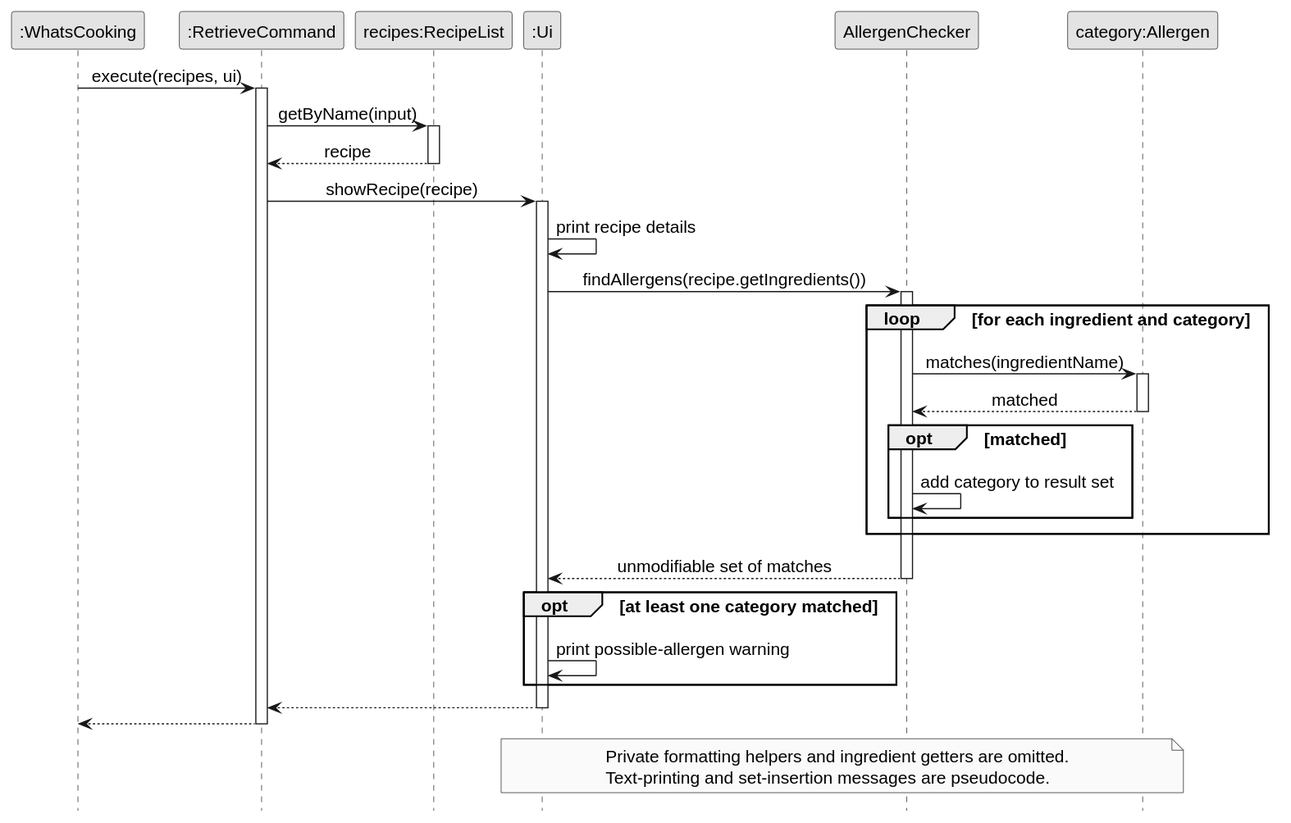
Before: docs/diagrams/allergen-retrieve.svg, a diagram exported from PlantUML (AY2627S1-CS2113-W14-3/tp). The source it was exported from:
```plantuml
@startuml
skinparam monochrome true
skinparam shadowing false
skinparam defaultFontName SansSerif
skinparam defaultFontSize 15
skinparam sequenceMessageAlign center
hide footbox

participant ":WhatsCooking" as App
participant ":RetrieveCommand" as Command
participant "recipes:RecipeList" as Recipes
participant ":Ui" as UI
participant "AllergenChecker" as Checker
participant "category:Allergen" as Category

App -> Command : execute(recipes, ui)
activate Command
Command -> Recipes : getByName(input)
activate Recipes
Recipes --> Command : recipe
deactivate Recipes
Command -> UI : showRecipe(recipe)
activate UI
UI -> UI : print recipe details
UI -> Checker : findAllergens(recipe.getIngredients())
activate Checker
loop for each ingredient and category
  Checker -> Category : matches(ingredientName)
  activate Category
  Category --> Checker : matched
  deactivate Category
  opt matched
    Checker -> Checker : add category to result set
  end
end
Checker --> UI : unmodifiable set of matches
deactivate Checker
opt at least one category matched
  UI -> UI : print possible-allergen warning
end
UI --> Command
deactivate UI
Command --> App
deactivate Command

note over UI, Category
  Private formatting helpers and ingredient getters are omitted.
  Text-printing and set-insertion messages are pseudocode.
end note
@enduml
```
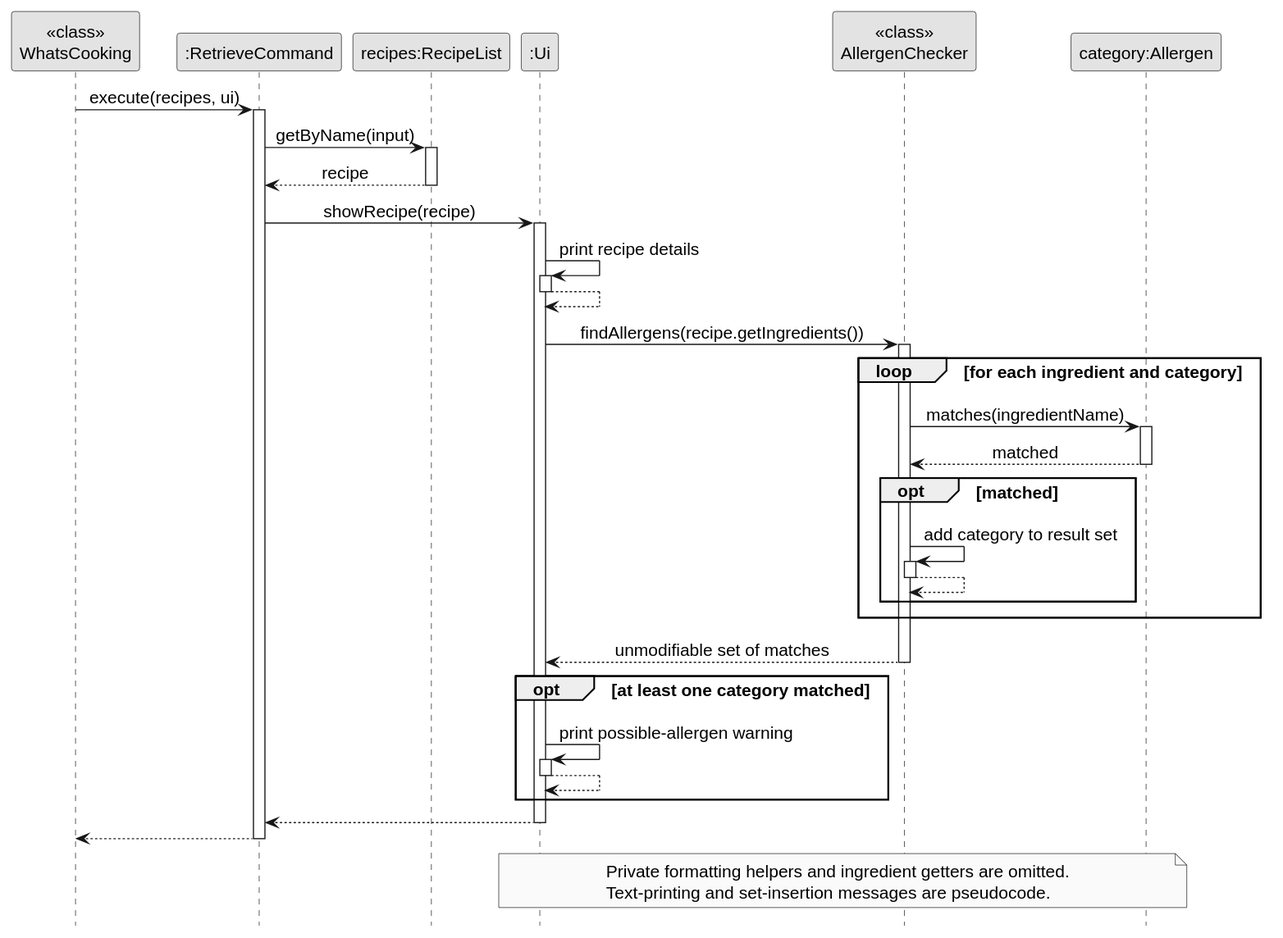
Above is the later version.

Diff of the diagram source:
```diff
@@ -6,11 +6,11 @@
 skinparam sequenceMessageAlign center
 hide footbox
 
-participant ":WhatsCooking" as App
+participant "<<class>>\nWhatsCooking" as App
 participant ":RetrieveCommand" as Command
 participant "recipes:RecipeList" as Recipes
 participant ":Ui" as UI
-participant "AllergenChecker" as Checker
+participant "<<class>>\nAllergenChecker" as Checker
 participant "category:Allergen" as Category
 
 App -> Command : execute(recipes, ui)
@@ -22,6 +22,9 @@
 Command -> UI : showRecipe(recipe)
 activate UI
 UI -> UI : print recipe details
+activate UI
+UI --> UI
+deactivate UI
 UI -> Checker : findAllergens(recipe.getIngredients())
 activate Checker
 loop for each ingredient and category
@@ -31,12 +34,18 @@
   deactivate Category
   opt matched
     Checker -> Checker : add category to result set
+    activate Checker
+    Checker --> Checker
+    deactivate Checker
   end
 end
 Checker --> UI : unmodifiable set of matches
 deactivate Checker
 opt at least one category matched
   UI -> UI : print possible-allergen warning
+  activate UI
+  UI --> UI
+  deactivate UI
 end
 UI --> Command
 deactivate UI
```
